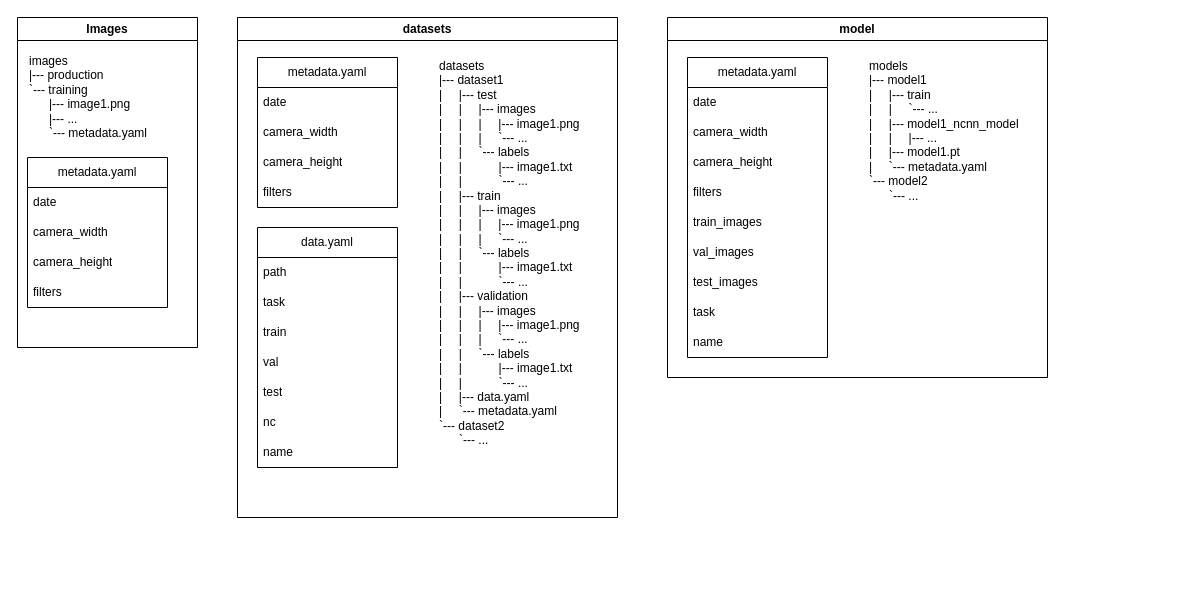
Earlier version of the draw.io diagram docs/file_structures/training.dio (Jaimead7/YOLO_Model_Manager). Source tidied: cells renumbered, new cells numbered last; positions are measured from the earlier drawing's top-left corner, leaving out a move shared by most shapes. Both pictures are drawn from the tidied source at 100%, with x=0, y=0 at pixel (17, 17).
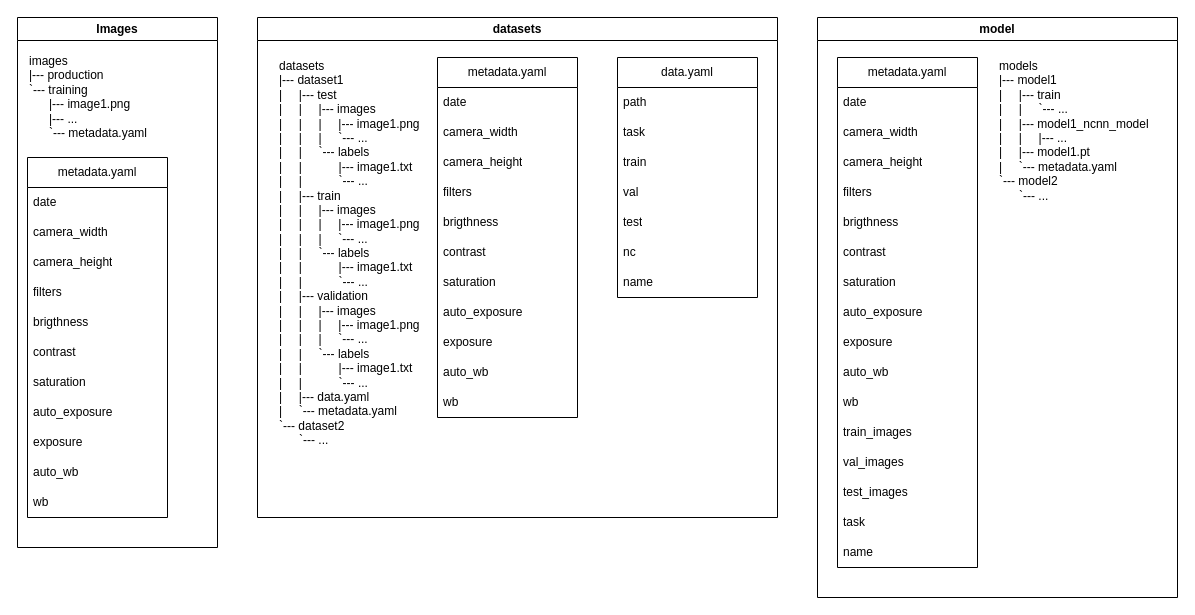
Above is the later version.

Change to the diagram source:
```diff
@@
     <mxCell id="2" value="Images" style="swimlane;whiteSpace=wrap;html=1;" parent="1" vertex="1">
-      <mxGeometry width="180" height="330" as="geometry" />
+      <mxGeometry width="200" height="530" as="geometry" />
     </mxCell>
@@
     <mxCell id="4" value="metadata.yaml" style="swimlane;fontStyle=0;horizontal=1;startSize=30;whiteSpace=wrap;html=1;" parent="2" vertex="1">
-      <mxGeometry x="10" y="140" width="140" height="150" as="geometry" />
+      <mxGeometry x="10" y="140" width="140" height="360" as="geometry" />
     </mxCell>
@@
+    <mxCell id="36" value="brigthness" style="text;strokeColor=none;fillColor=none;align=left;verticalAlign=middle;spacingLeft=4;spacingRight=4;overflow=hidden;whiteSpace=wrap;html=1;" parent="4" vertex="1">
+      <mxGeometry y="150" width="140" height="30" as="geometry" />
+    </mxCell>
+    <mxCell id="37" value="contrast" style="text;strokeColor=none;fillColor=none;align=left;verticalAlign=middle;spacingLeft=4;spacingRight=4;overflow=hidden;whiteSpace=wrap;html=1;" parent="4" vertex="1">
+      <mxGeometry y="180" width="140" height="30" as="geometry" />
+    </mxCell>
+    <mxCell id="38" value="saturation" style="text;strokeColor=none;fillColor=none;align=left;verticalAlign=middle;spacingLeft=4;spacingRight=4;overflow=hidden;whiteSpace=wrap;html=1;" parent="4" vertex="1">
+      <mxGeometry y="210" width="140" height="30" as="geometry" />
+    </mxCell>
+    <mxCell id="39" value="auto_exposure" style="text;strokeColor=none;fillColor=none;align=left;verticalAlign=middle;spacingLeft=4;spacingRight=4;overflow=hidden;whiteSpace=wrap;html=1;" parent="4" vertex="1">
+      <mxGeometry y="240" width="140" height="30" as="geometry" />
+    </mxCell>
+    <mxCell id="40" value="exposure" style="text;strokeColor=none;fillColor=none;align=left;verticalAlign=middle;spacingLeft=4;spacingRight=4;overflow=hidden;whiteSpace=wrap;html=1;" parent="4" vertex="1">
+      <mxGeometry y="270" width="140" height="30" as="geometry" />
+    </mxCell>
+    <mxCell id="41" value="auto_wb" style="text;strokeColor=none;fillColor=none;align=left;verticalAlign=middle;spacingLeft=4;spacingRight=4;overflow=hidden;whiteSpace=wrap;html=1;" parent="4" vertex="1">
+      <mxGeometry y="300" width="140" height="30" as="geometry" />
+    </mxCell>
+    <mxCell id="42" value="wb" style="text;strokeColor=none;fillColor=none;align=left;verticalAlign=middle;spacingLeft=4;spacingRight=4;overflow=hidden;whiteSpace=wrap;html=1;" parent="4" vertex="1">
+      <mxGeometry y="330" width="140" height="30" as="geometry" />
+    </mxCell>
     <mxCell id="9" value="datasets" style="swimlane;whiteSpace=wrap;html=1;" parent="1" vertex="1">
-      <mxGeometry x="220" width="380" height="500" as="geometry" />
+      <mxGeometry x="240" width="520" height="500" as="geometry" />
     </mxCell>
     <mxCell id="10" value="datasets&lt;div&gt;&lt;div&gt;|--- dataset1&lt;/div&gt;&lt;div&gt;|&amp;nbsp; &amp;nbsp; &amp;nbsp;|--- test&lt;/div&gt;&lt;div&gt;|&amp;nbsp; &amp;nbsp; &amp;nbsp;|&amp;nbsp; &amp;nbsp; &amp;nbsp;|--- images&lt;/div&gt;&lt;div&gt;|&amp;nbsp; &amp;nbsp; &amp;nbsp;|&amp;nbsp; &amp;nbsp; &amp;nbsp;|&amp;nbsp; &amp;nbsp; &amp;nbsp;|--- image1.png&lt;/div&gt;&lt;div&gt;&lt;span style=&quot;&quot;&gt;|&amp;nbsp; &amp;nbsp; &amp;nbsp;|&amp;nbsp; &amp;nbsp; &amp;nbsp;|&amp;nbsp; &amp;nbsp; &amp;nbsp;`--- ...&lt;/span&gt;&lt;/div&gt;&lt;div&gt;|&amp;nbsp; &amp;nbsp; &amp;nbsp;|&amp;nbsp; &amp;nbsp; &amp;nbsp;`--- labels&lt;/div&gt;&lt;div&gt;&lt;div style=&quot;scrollbar-color: rgb(75, 75, 75) rgb(27, 29, 30);&quot;&gt;|&amp;nbsp; &amp;nbsp; &amp;nbsp;|&amp;nbsp; &amp;nbsp; &amp;nbsp; &amp;nbsp; &amp;nbsp; &amp;nbsp;|--- image1.txt&lt;/div&gt;&lt;div style=&quot;scrollbar-color: rgb(75, 75, 75) rgb(27, 29, 30);&quot;&gt;&lt;span style=&quot;scrollbar-color: rgb(75, 75, 75) rgb(27, 29, 30);&quot;&gt;|&amp;nbsp; &amp;nbsp; &amp;nbsp;|&amp;nbsp; &amp;nbsp; &amp;nbsp; &amp;nbsp; &amp;nbsp; &amp;nbsp;`--- ...&lt;/span&gt;&lt;/div&gt;&lt;/div&gt;&lt;div&gt;|&amp;nbsp; &amp;nbsp; &amp;nbsp;|--- train&lt;/div&gt;&lt;div&gt;&lt;div style=&quot;scrollbar-color: rgb(75, 75, 75) rgb(27, 29, 30);&quot;&gt;|&amp;nbsp; &amp;nbsp; &amp;nbsp;|&amp;nbsp; &amp;nbsp; &amp;nbsp;|--- images&lt;/div&gt;&lt;div style=&quot;scrollbar-color: rgb(75, 75, 75) rgb(27, 29, 30);&quot;&gt;|&amp;nbsp; &amp;nbsp; &amp;nbsp;|&amp;nbsp; &amp;nbsp; &amp;nbsp;|&amp;nbsp; &amp;nbsp; &amp;nbsp;|--- image1.png&lt;/div&gt;&lt;div style=&quot;scrollbar-color: rgb(75, 75, 75) rgb(27, 29, 30);&quot;&gt;&lt;span style=&quot;scrollbar-color: rgb(75, 75, 75) rgb(27, 29, 30);&quot;&gt;|&amp;nbsp; &amp;nbsp; &amp;nbsp;|&amp;nbsp; &amp;nbsp; &amp;nbsp;|&amp;nbsp; &amp;nbsp; &amp;nbsp;`--- ...&lt;/span&gt;&lt;/div&gt;&lt;div style=&quot;scrollbar-color: rgb(75, 75, 75) rgb(27, 29, 30);&quot;&gt;|&amp;nbsp; &amp;nbsp; &amp;nbsp;|&amp;nbsp; &amp;nbsp; &amp;nbsp;`--- labels&lt;/div&gt;&lt;div style=&quot;scrollbar-color: rgb(75, 75, 75) rgb(27, 29, 30);&quot;&gt;&lt;div style=&quot;scrollbar-color: rgb(75, 75, 75) rgb(27, 29, 30);&quot;&gt;|&amp;nbsp; &amp;nbsp; &amp;nbsp;|&amp;nbsp; &amp;nbsp; &amp;nbsp; &amp;nbsp; &amp;nbsp; &amp;nbsp;|--- image1.txt&lt;/div&gt;&lt;div style=&quot;scrollbar-color: rgb(75, 75, 75) rgb(27, 29, 30);&quot;&gt;&lt;span style=&quot;scrollbar-color: rgb(75, 75, 75) rgb(27, 29, 30);&quot;&gt;|&amp;nbsp; &amp;nbsp; &amp;nbsp;|&amp;nbsp; &amp;nbsp; &amp;nbsp; &amp;nbsp; &amp;nbsp; &amp;nbsp;`--- ...&lt;/span&gt;&lt;/div&gt;&lt;/div&gt;&lt;/div&gt;&lt;div&gt;|&amp;nbsp; &amp;nbsp; &amp;nbsp;|--- validation&lt;/div&gt;&lt;div&gt;&lt;div style=&quot;scrollbar-color: rgb(75, 75, 75) rgb(27, 29, 30);&quot;&gt;|&amp;nbsp; &amp;nbsp; &amp;nbsp;|&amp;nbsp; &amp;nbsp; &amp;nbsp;|--- images&lt;/div&gt;&lt;div style=&quot;scrollbar-color: rgb(75, 75, 75) rgb(27, 29, 30);&quot;&gt;|&amp;nbsp; &amp;nbsp; &amp;nbsp;|&amp;nbsp; &amp;nbsp; &amp;nbsp;|&amp;nbsp; &amp;nbsp; &amp;nbsp;|--- image1.png&lt;/div&gt;&lt;div style=&quot;scrollbar-color: rgb(75, 75, 75) rgb(27, 29, 30);&quot;&gt;&lt;span style=&quot;scrollbar-color: rgb(75, 75, 75) rgb(27, 29, 30);&quot;&gt;|&amp;nbsp; &amp;nbsp; &amp;nbsp;|&amp;nbsp; &amp;nbsp; &amp;nbsp;|&amp;nbsp; &amp;nbsp; &amp;nbsp;`--- ...&lt;/span&gt;&lt;/div&gt;&lt;div style=&quot;scrollbar-color: rgb(75, 75, 75) rgb(27, 29, 30);&quot;&gt;|&amp;nbsp; &amp;nbsp; &amp;nbsp;|&amp;nbsp; &amp;nbsp; &amp;nbsp;`--- labels&lt;/div&gt;&lt;div style=&quot;scrollbar-color: rgb(75, 75, 75) rgb(27, 29, 30);&quot;&gt;&lt;div style=&quot;scrollbar-color: rgb(75, 75, 75) rgb(27, 29, 30);&quot;&gt;|&amp;nbsp; &amp;nbsp; &amp;nbsp;|&amp;nbsp; &amp;nbsp; &amp;nbsp; &amp;nbsp; &amp;nbsp; &amp;nbsp;|--- image1.txt&lt;/div&gt;&lt;div style=&quot;scrollbar-color: rgb(75, 75, 75) rgb(27, 29, 30);&quot;&gt;&lt;span style=&quot;scrollbar-color: rgb(75, 75, 75) rgb(27, 29, 30);&quot;&gt;|&amp;nbsp; &amp;nbsp; &amp;nbsp;|&amp;nbsp; &amp;nbsp; &amp;nbsp; &amp;nbsp; &amp;nbsp; &amp;nbsp;`--- ...&lt;/span&gt;&lt;/div&gt;&lt;/div&gt;&lt;/div&gt;&lt;div&gt;|&amp;nbsp; &amp;nbsp; &amp;nbsp;|--- data.yaml&lt;/div&gt;&lt;div&gt;|&amp;nbsp; &amp;nbsp; &amp;nbsp;`--- metadata.yaml&lt;/div&gt;&lt;div&gt;`--- dataset2&lt;/div&gt;&lt;div&gt;&amp;nbsp; &amp;nbsp; &amp;nbsp; `--- ...&lt;/div&gt;&lt;/div&gt;" style="text;html=1;align=left;verticalAlign=top;whiteSpace=wrap;rounded=0;horizontal=1;fontSize=12;fontColor=light-dark(#000000,#FFFFFF);" parent="9" vertex="1">
-      <mxGeometry x="200" y="35" width="170" height="430" as="geometry" />
+      <mxGeometry x="20" y="35" width="170" height="430" as="geometry" />
     </mxCell>
-    <mxCell id="11" value="metadata.yaml" style="swimlane;fontStyle=0;horizontal=1;startSize=30;whiteSpace=wrap;html=1;" parent="9" vertex="1">
-      <mxGeometry x="20" y="40" width="140" height="150" as="geometry" />
-    </mxCell>
-    <mxCell id="12" value="date" style="text;strokeColor=none;fillColor=none;align=left;verticalAlign=middle;spacingLeft=4;spacingRight=4;overflow=hidden;whiteSpace=wrap;html=1;" parent="11" vertex="1">
-      <mxGeometry y="30" width="140" height="30" as="geometry" />
-    </mxCell>
-    <mxCell id="13" value="camera_width" style="text;strokeColor=none;fillColor=none;align=left;verticalAlign=middle;spacingLeft=4;spacingRight=4;overflow=hidden;whiteSpace=wrap;html=1;" parent="11" vertex="1">
-      <mxGeometry y="60" width="140" height="30" as="geometry" />
-    </mxCell>
-    <mxCell id="14" value="camera_height" style="text;strokeColor=none;fillColor=none;align=left;verticalAlign=middle;spacingLeft=4;spacingRight=4;overflow=hidden;whiteSpace=wrap;html=1;" parent="11" vertex="1">
-      <mxGeometry y="90" width="140" height="30" as="geometry" />
-    </mxCell>
-    <mxCell id="15" value="filters" style="text;strokeColor=none;fillColor=none;align=left;verticalAlign=middle;spacingLeft=4;spacingRight=4;overflow=hidden;whiteSpace=wrap;html=1;" parent="11" vertex="1">
-      <mxGeometry y="120" width="140" height="30" as="geometry" />
-    </mxCell>
     <mxCell id="16" value="data.yaml" style="swimlane;fontStyle=0;horizontal=1;startSize=30;whiteSpace=wrap;html=1;" parent="9" vertex="1">
-      <mxGeometry x="20" y="210" width="140" height="240" as="geometry" />
+      <mxGeometry x="360" y="40" width="140" height="240" as="geometry" />
     </mxCell>
@@
+    <mxCell id="11" value="metadata.yaml" style="swimlane;fontStyle=0;horizontal=1;startSize=30;whiteSpace=wrap;html=1;" parent="9" vertex="1">
+      <mxGeometry x="180" y="40" width="140" height="360" as="geometry" />
+    </mxCell>
+    <mxCell id="12" value="date" style="text;strokeColor=none;fillColor=none;align=left;verticalAlign=middle;spacingLeft=4;spacingRight=4;overflow=hidden;whiteSpace=wrap;html=1;" parent="11" vertex="1">
+      <mxGeometry y="30" width="140" height="30" as="geometry" />
+    </mxCell>
+    <mxCell id="13" value="camera_width" style="text;strokeColor=none;fillColor=none;align=left;verticalAlign=middle;spacingLeft=4;spacingRight=4;overflow=hidden;whiteSpace=wrap;html=1;" parent="11" vertex="1">
+      <mxGeometry y="60" width="140" height="30" as="geometry" />
+    </mxCell>
+    <mxCell id="14" value="camera_height" style="text;strokeColor=none;fillColor=none;align=left;verticalAlign=middle;spacingLeft=4;spacingRight=4;overflow=hidden;whiteSpace=wrap;html=1;" parent="11" vertex="1">
+      <mxGeometry y="90" width="140" height="30" as="geometry" />
+    </mxCell>
+    <mxCell id="15" value="filters" style="text;strokeColor=none;fillColor=none;align=left;verticalAlign=middle;spacingLeft=4;spacingRight=4;overflow=hidden;whiteSpace=wrap;html=1;" parent="11" vertex="1">
+      <mxGeometry y="120" width="140" height="30" as="geometry" />
+    </mxCell>
+    <mxCell id="43" value="brigthness" style="text;strokeColor=none;fillColor=none;align=left;verticalAlign=middle;spacingLeft=4;spacingRight=4;overflow=hidden;whiteSpace=wrap;html=1;" parent="11" vertex="1">
+      <mxGeometry y="150" width="140" height="30" as="geometry" />
+    </mxCell>
+    <mxCell id="44" value="contrast" style="text;strokeColor=none;fillColor=none;align=left;verticalAlign=middle;spacingLeft=4;spacingRight=4;overflow=hidden;whiteSpace=wrap;html=1;" parent="11" vertex="1">
+      <mxGeometry y="180" width="140" height="30" as="geometry" />
+    </mxCell>
+    <mxCell id="45" value="saturation" style="text;strokeColor=none;fillColor=none;align=left;verticalAlign=middle;spacingLeft=4;spacingRight=4;overflow=hidden;whiteSpace=wrap;html=1;" parent="11" vertex="1">
+      <mxGeometry y="210" width="140" height="30" as="geometry" />
+    </mxCell>
+    <mxCell id="46" value="auto_exposure" style="text;strokeColor=none;fillColor=none;align=left;verticalAlign=middle;spacingLeft=4;spacingRight=4;overflow=hidden;whiteSpace=wrap;html=1;" parent="11" vertex="1">
+      <mxGeometry y="240" width="140" height="30" as="geometry" />
+    </mxCell>
+    <mxCell id="47" value="exposure" style="text;strokeColor=none;fillColor=none;align=left;verticalAlign=middle;spacingLeft=4;spacingRight=4;overflow=hidden;whiteSpace=wrap;html=1;" parent="11" vertex="1">
+      <mxGeometry y="270" width="140" height="30" as="geometry" />
+    </mxCell>
+    <mxCell id="48" value="auto_wb" style="text;strokeColor=none;fillColor=none;align=left;verticalAlign=middle;spacingLeft=4;spacingRight=4;overflow=hidden;whiteSpace=wrap;html=1;" parent="11" vertex="1">
+      <mxGeometry y="300" width="140" height="30" as="geometry" />
+    </mxCell>
+    <mxCell id="49" value="wb" style="text;strokeColor=none;fillColor=none;align=left;verticalAlign=middle;spacingLeft=4;spacingRight=4;overflow=hidden;whiteSpace=wrap;html=1;" parent="11" vertex="1">
+      <mxGeometry y="330" width="140" height="30" as="geometry" />
+    </mxCell>
     <mxCell id="24" value="model" style="swimlane;whiteSpace=wrap;html=1;" parent="1" vertex="1">
-      <mxGeometry x="650" width="380" height="360" as="geometry" />
+      <mxGeometry x="800" width="360" height="580" as="geometry" />
     </mxCell>
     <mxCell id="25" value="models&lt;div&gt;&lt;div&gt;|--- model1&lt;/div&gt;&lt;div&gt;|&amp;nbsp; &amp;nbsp; &amp;nbsp;|--- train&lt;/div&gt;&lt;div&gt;|&amp;nbsp; &amp;nbsp; &amp;nbsp;|&amp;nbsp; &amp;nbsp; &amp;nbsp;`--- ...&lt;/div&gt;&lt;div&gt;|&amp;nbsp; &amp;nbsp; &amp;nbsp;|--- model1_ncnn_model&lt;/div&gt;&lt;div&gt;|&amp;nbsp; &amp;nbsp; &amp;nbsp;|&amp;nbsp; &amp;nbsp; &amp;nbsp;|--- ...&lt;/div&gt;&lt;div&gt;|&amp;nbsp; &amp;nbsp; &amp;nbsp;|--- model1.pt&lt;/div&gt;&lt;div&gt;|&amp;nbsp; &amp;nbsp; &amp;nbsp;`--- metadata.yaml&lt;/div&gt;&lt;div&gt;`--- model2&lt;/div&gt;&lt;div&gt;&amp;nbsp; &amp;nbsp; &amp;nbsp; `--- ...&lt;/div&gt;&lt;/div&gt;" style="text;html=1;align=left;verticalAlign=top;whiteSpace=wrap;rounded=0;horizontal=1;fontSize=12;fontColor=light-dark(#000000,#FFFFFF);" parent="24" vertex="1">
-      <mxGeometry x="200" y="35" width="170" height="175" as="geometry" />
+      <mxGeometry x="180" y="35" width="170" height="175" as="geometry" />
     </mxCell>
     <mxCell id="26" value="metadata.yaml" style="swimlane;fontStyle=0;horizontal=1;startSize=30;whiteSpace=wrap;html=1;" parent="24" vertex="1">
-      <mxGeometry x="20" y="40" width="140" height="300" as="geometry" />
+      <mxGeometry x="20" y="40" width="140" height="510" as="geometry" />
     </mxCell>
@@
+    <mxCell id="50" value="brigthness" style="text;strokeColor=none;fillColor=none;align=left;verticalAlign=middle;spacingLeft=4;spacingRight=4;overflow=hidden;whiteSpace=wrap;html=1;" parent="26" vertex="1">
+      <mxGeometry y="150" width="140" height="30" as="geometry" />
+    </mxCell>
+    <mxCell id="51" value="contrast" style="text;strokeColor=none;fillColor=none;align=left;verticalAlign=middle;spacingLeft=4;spacingRight=4;overflow=hidden;whiteSpace=wrap;html=1;" parent="26" vertex="1">
+      <mxGeometry y="180" width="140" height="30" as="geometry" />
+    </mxCell>
+    <mxCell id="52" value="saturation" style="text;strokeColor=none;fillColor=none;align=left;verticalAlign=middle;spacingLeft=4;spacingRight=4;overflow=hidden;whiteSpace=wrap;html=1;" parent="26" vertex="1">
+      <mxGeometry y="210" width="140" height="30" as="geometry" />
+    </mxCell>
+    <mxCell id="53" value="auto_exposure" style="text;strokeColor=none;fillColor=none;align=left;verticalAlign=middle;spacingLeft=4;spacingRight=4;overflow=hidden;whiteSpace=wrap;html=1;" parent="26" vertex="1">
+      <mxGeometry y="240" width="140" height="30" as="geometry" />
+    </mxCell>
+    <mxCell id="54" value="exposure" style="text;strokeColor=none;fillColor=none;align=left;verticalAlign=middle;spacingLeft=4;spacingRight=4;overflow=hidden;whiteSpace=wrap;html=1;" parent="26" vertex="1">
+      <mxGeometry y="270" width="140" height="30" as="geometry" />
+    </mxCell>
+    <mxCell id="55" value="auto_wb" style="text;strokeColor=none;fillColor=none;align=left;verticalAlign=middle;spacingLeft=4;spacingRight=4;overflow=hidden;whiteSpace=wrap;html=1;" parent="26" vertex="1">
+      <mxGeometry y="300" width="140" height="30" as="geometry" />
+    </mxCell>
+    <mxCell id="56" value="wb" style="text;strokeColor=none;fillColor=none;align=left;verticalAlign=middle;spacingLeft=4;spacingRight=4;overflow=hidden;whiteSpace=wrap;html=1;" parent="26" vertex="1">
+      <mxGeometry y="330" width="140" height="30" as="geometry" />
+    </mxCell>
     <mxCell id="31" value="train_images" style="text;strokeColor=none;fillColor=none;align=left;verticalAlign=middle;spacingLeft=4;spacingRight=4;overflow=hidden;whiteSpace=wrap;html=1;" parent="26" vertex="1">
-      <mxGeometry y="150" width="140" height="30" as="geometry" />
+      <mxGeometry y="360" width="140" height="30" as="geometry" />
     </mxCell>
     <mxCell id="32" value="val_images" style="text;strokeColor=none;fillColor=none;align=left;verticalAlign=middle;spacingLeft=4;spacingRight=4;overflow=hidden;whiteSpace=wrap;html=1;" parent="26" vertex="1">
-      <mxGeometry y="180" width="140" height="30" as="geometry" />
+      <mxGeometry y="390" width="140" height="30" as="geometry" />
     </mxCell>
     <mxCell id="33" value="test_images" style="text;strokeColor=none;fillColor=none;align=left;verticalAlign=middle;spacingLeft=4;spacingRight=4;overflow=hidden;whiteSpace=wrap;html=1;" parent="26" vertex="1">
-      <mxGeometry y="210" width="140" height="30" as="geometry" />
+      <mxGeometry y="420" width="140" height="30" as="geometry" />
     </mxCell>
     <mxCell id="34" value="task" style="text;strokeColor=none;fillColor=none;align=left;verticalAlign=middle;spacingLeft=4;spacingRight=4;overflow=hidden;whiteSpace=wrap;html=1;" parent="26" vertex="1">
-      <mxGeometry y="240" width="140" height="30" as="geometry" />
+      <mxGeometry y="450" width="140" height="30" as="geometry" />
     </mxCell>
     <mxCell id="35" value="name" style="text;strokeColor=none;fillColor=none;align=left;verticalAlign=middle;spacingLeft=4;spacingRight=4;overflow=hidden;whiteSpace=wrap;html=1;" parent="26" vertex="1">
-      <mxGeometry y="270" width="140" height="30" as="geometry" />
+      <mxGeometry y="480" width="140" height="30" as="geometry" />
     </mxCell>
```
